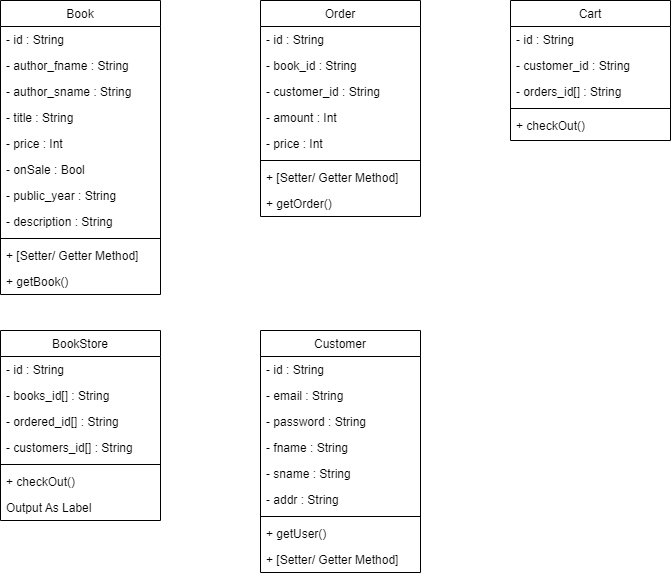
Before: assignment-01/duke-bookstore-SAD.drawio.png, a diagram exported from draw.io (nnininnine/SAD-assignments). Source tidied: cells renumbered, new cells last; positions are measured from the earlier drawing's top-left corner, leaving out a move shared by most shapes.
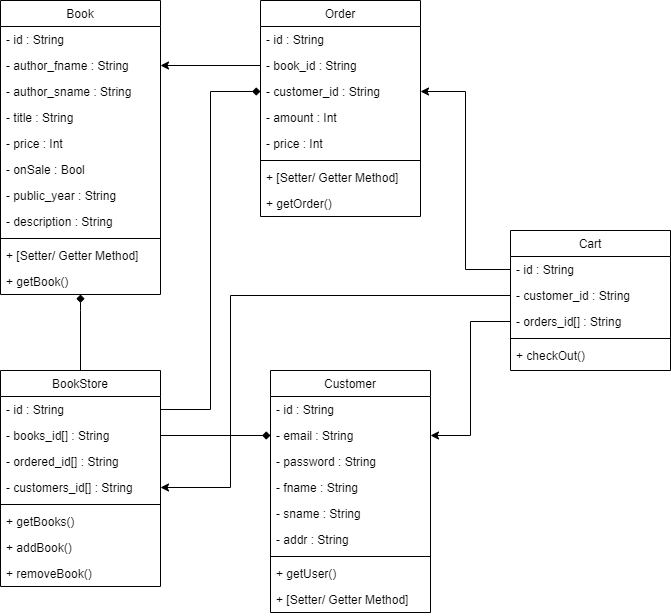
Above is the later version.

The edit, as a diff of the source:
```diff
@@ -39,7 +39,7 @@
       <mxGeometry y="268" width="160" height="26" as="geometry" />
     </mxCell>
     <mxCell id="14" value="Cart" style="swimlane;fontStyle=0;align=center;verticalAlign=top;horizontal=1;startSize=26;rounded=0;shadow=0;strokeWidth=1;" parent="1" vertex="1">
-      <mxGeometry x="510" width="160" height="140" as="geometry" />
+      <mxGeometry x="510" y="230" width="160" height="140" as="geometry" />
     </mxCell>
     <mxCell id="15" value="- id : String" style="text;align=left;verticalAlign=top;spacingLeft=4;spacingRight=4;overflow=hidden;points=[[0,0.5],[1,0.5]];portConstraint=eastwest;" parent="14" vertex="1">
       <mxGeometry y="26" width="160" height="26" as="geometry" />
@@ -83,8 +83,16 @@
     <mxCell id="28" value="+ getOrder()" style="text;align=left;verticalAlign=top;spacingLeft=4;spacingRight=4;overflow=hidden;rounded=0;shadow=0;html=0;" parent="20" vertex="1">
       <mxGeometry y="190" width="160" height="26" as="geometry" />
     </mxCell>
+    <mxCell id="47" style="edgeStyle=orthogonalEdgeStyle;rounded=0;jettySize=auto;html=1;exitX=0.5;exitY=0;exitDx=0;exitDy=0;entryX=0.5;entryY=1;entryDx=0;entryDy=0;endArrow=diamond;endFill=1;" parent="1" edge="1" source="29" target="2">
+      <mxGeometry relative="1" as="geometry">
+        <Array as="points">
+          <mxPoint x="80" y="310" />
+          <mxPoint x="80" y="310" />
+        </Array>
+      </mxGeometry>
+    </mxCell>
     <mxCell id="29" value="BookStore" style="swimlane;fontStyle=0;align=center;verticalAlign=top;horizontal=1;startSize=26;rounded=0;shadow=0;strokeWidth=1;" parent="1" vertex="1">
-      <mxGeometry y="330" width="160" height="190" as="geometry" />
+      <mxGeometry y="370" width="160" height="216" as="geometry" />
     </mxCell>
     <mxCell id="30" value="- id : String" style="text;align=left;verticalAlign=top;spacingLeft=4;spacingRight=4;overflow=hidden;points=[[0,0.5],[1,0.5]];portConstraint=eastwest;" parent="29" vertex="1">
       <mxGeometry y="26" width="160" height="26" as="geometry" />
@@ -101,14 +109,17 @@
     <mxCell id="34" style="line;html=1;strokeWidth=1;align=left;verticalAlign=middle;spacingTop=-1;spacingLeft=3;spacingRight=3;labelPosition=right;" parent="29" vertex="1">
       <mxGeometry y="130" width="160" height="8" as="geometry" />
     </mxCell>
-    <mxCell id="35" value="+ checkOut()" style="text;align=left;verticalAlign=top;spacingLeft=4;spacingRight=4;overflow=hidden;" parent="29" vertex="1">
+    <mxCell id="35" value="+ getBooks()" style="text;align=left;verticalAlign=top;spacingLeft=4;spacingRight=4;overflow=hidden;" parent="29" vertex="1">
       <mxGeometry y="138" width="160" height="26" as="geometry" />
     </mxCell>
-    <mxCell id="36" value="Output As Label" style="text;align=left;verticalAlign=top;spacingLeft=4;spacingRight=4;overflow=hidden;" parent="29" vertex="1">
+    <mxCell id="36" value="+ addBook()" style="text;align=left;verticalAlign=top;spacingLeft=4;spacingRight=4;overflow=hidden;" parent="29" vertex="1">
       <mxGeometry y="164" width="160" height="26" as="geometry" />
     </mxCell>
+    <mxCell id="48" value="+ removeBook()" style="text;align=left;verticalAlign=top;spacingLeft=4;spacingRight=4;overflow=hidden;" parent="29" vertex="1">
+      <mxGeometry y="190" width="160" height="26" as="geometry" />
+    </mxCell>
     <mxCell id="37" value="Customer" style="swimlane;fontStyle=0;align=center;verticalAlign=top;horizontal=1;startSize=26;rounded=0;shadow=0;strokeWidth=1;" parent="1" vertex="1">
-      <mxGeometry x="260" y="330" width="160" height="242" as="geometry" />
+      <mxGeometry x="270" y="370" width="160" height="242" as="geometry" />
     </mxCell>
     <mxCell id="38" value="- id : String" style="text;align=left;verticalAlign=top;spacingLeft=4;spacingRight=4;overflow=hidden;" parent="37" vertex="1">
       <mxGeometry y="26" width="160" height="26" as="geometry" />
@@ -137,5 +148,28 @@
     <mxCell id="46" value="+ [Setter/ Getter Method]" style="text;align=left;verticalAlign=top;spacingLeft=4;spacingRight=4;overflow=hidden;" parent="37" vertex="1">
       <mxGeometry y="216" width="160" height="26" as="geometry" />
     </mxCell>
+    <mxCell id="49" style="edgeStyle=orthogonalEdgeStyle;rounded=0;jettySize=auto;html=1;exitX=1;exitY=0.5;exitDx=0;exitDy=0;entryX=0;entryY=0.5;entryDx=0;entryDy=0;endArrow=diamond;endFill=1;" parent="1" edge="1" source="31" target="39">
+      <mxGeometry relative="1" as="geometry" />
+    </mxCell>
+    <mxCell id="50" style="edgeStyle=orthogonalEdgeStyle;rounded=0;jettySize=auto;html=1;exitX=1;exitY=0.5;exitDx=0;exitDy=0;entryX=0;entryY=0.5;entryDx=0;entryDy=0;endArrow=diamond;endFill=1;" parent="1" edge="1" source="30" target="23">
+      <mxGeometry relative="1" as="geometry" />
+    </mxCell>
+    <mxCell id="51" style="edgeStyle=orthogonalEdgeStyle;rounded=0;jettySize=auto;html=1;exitX=0;exitY=0.5;exitDx=0;exitDy=0;entryX=1;entryY=0.5;entryDx=0;entryDy=0;endArrow=classic;endFill=1;" parent="1" edge="1" source="16" target="33">
+      <mxGeometry relative="1" as="geometry">
+        <Array as="points">
+          <mxPoint x="230" y="295" />
+          <mxPoint x="230" y="487" />
+        </Array>
+      </mxGeometry>
+    </mxCell>
+    <mxCell id="52" style="edgeStyle=orthogonalEdgeStyle;rounded=0;jettySize=auto;html=1;exitX=0;exitY=0.5;exitDx=0;exitDy=0;entryX=1;entryY=0.5;entryDx=0;entryDy=0;endArrow=classic;endFill=1;" parent="1" edge="1" source="17" target="39">
+      <mxGeometry relative="1" as="geometry" />
+    </mxCell>
+    <mxCell id="53" style="edgeStyle=orthogonalEdgeStyle;rounded=0;jettySize=auto;html=1;exitX=0;exitY=0.5;exitDx=0;exitDy=0;endArrow=classic;endFill=1;" parent="1" edge="1" source="15" target="23">
+      <mxGeometry relative="1" as="geometry" />
+    </mxCell>
+    <mxCell id="54" style="edgeStyle=orthogonalEdgeStyle;rounded=0;jettySize=auto;html=1;exitX=0;exitY=0.5;exitDx=0;exitDy=0;entryX=1;entryY=0.5;entryDx=0;entryDy=0;endArrow=classic;endFill=1;" parent="1" edge="1" source="22" target="4">
+      <mxGeometry relative="1" as="geometry" />
+    </mxCell>
   </root>
 </mxGraphModel>
```
